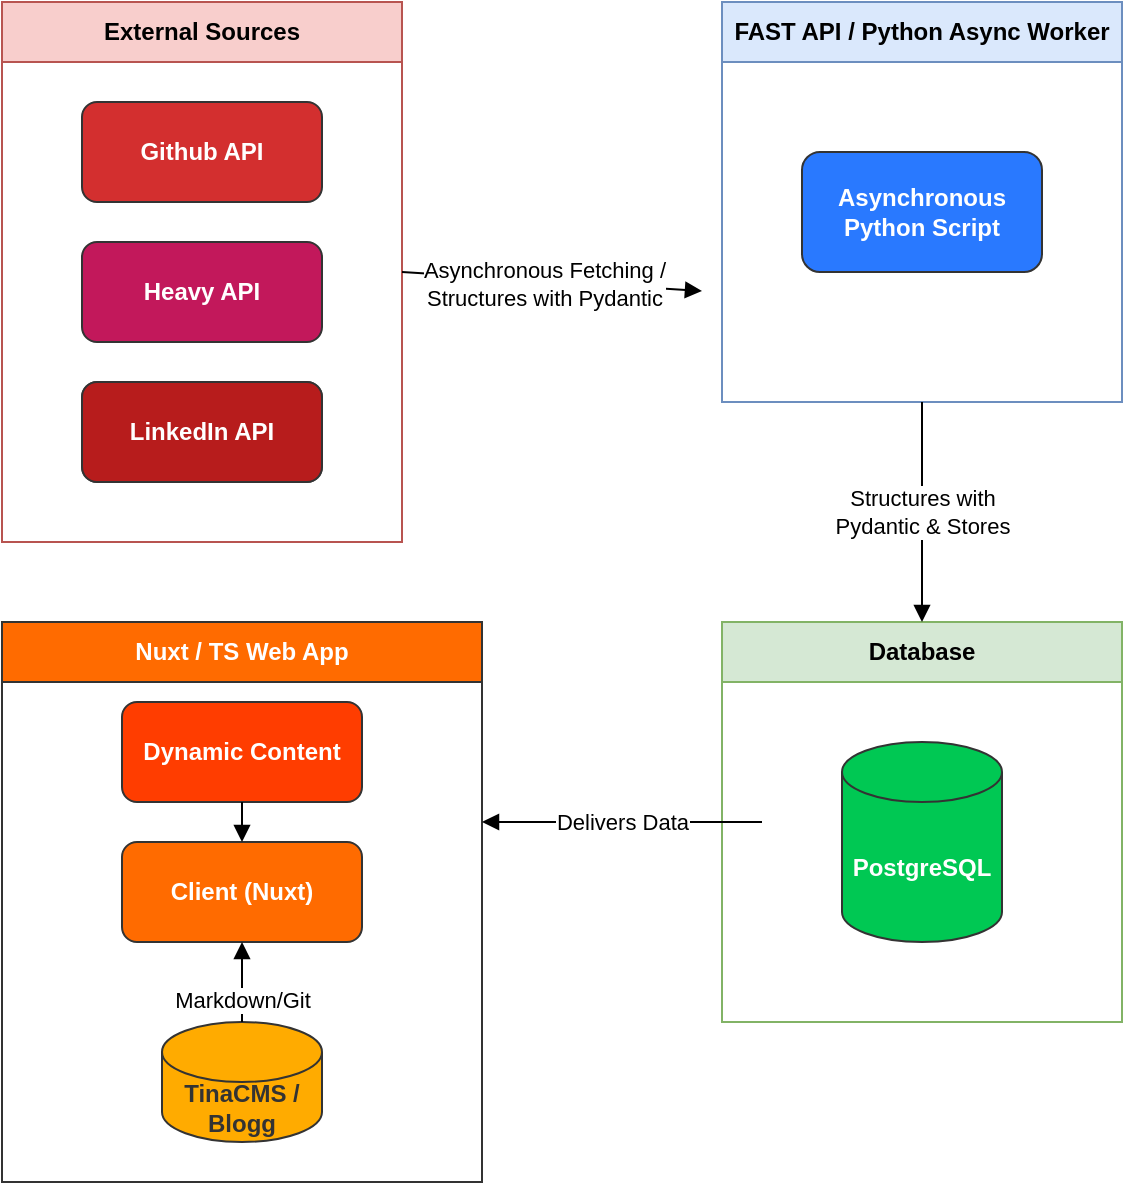
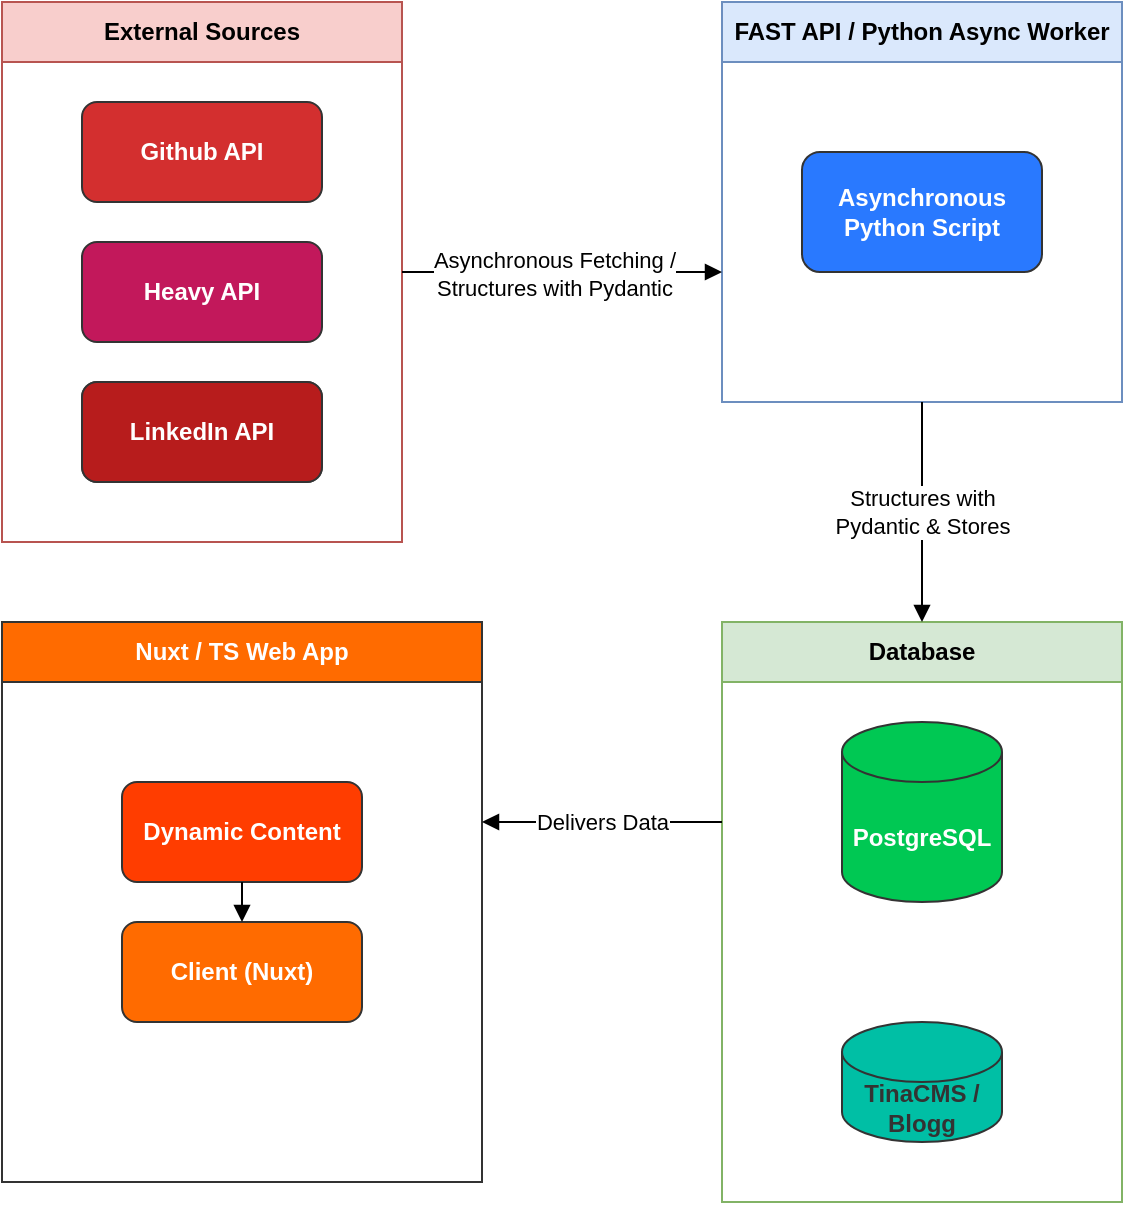
<mxfile host="65bd71144e">
    <diagram id="context-diagram" name="System Context Diagram">
-         <mxGraphModel dx="1369" dy="740" grid="1" gridSize="10" guides="1" tooltips="1" connect="1" arrows="1" fold="1" page="1" pageScale="1" pageWidth="1169" pageHeight="827" math="0" shadow="0">
+         <mxGraphModel dx="803" dy="434" grid="1" gridSize="10" guides="1" tooltips="1" connect="1" arrows="1" fold="1" page="1" pageScale="1" pageWidth="1169" pageHeight="827" math="0" shadow="0">
            <root>
                <mxCell id="0"/>
                <mxCell id="1" parent="0"/>
                <mxCell id="group-ext" value="External Sources" style="swimlane;whiteSpace=wrap;html=1;fillColor=#f8cecc;strokeColor=#b85450;startSize=30;fontStyle=1;" parent="1" vertex="1">
                    <mxGeometry x="40" y="40" width="200" height="270" as="geometry"/>
                </mxCell>
                <mxCell id="node-github" value="Github API" style="rounded=1;whiteSpace=wrap;html=1;fillColor=#D32F2F;fontColor=#ffffff;strokeColor=#333333;fontStyle=1" parent="group-ext" vertex="1">
                    <mxGeometry x="40" y="50" width="120" height="50" as="geometry"/>
                </mxCell>
                <mxCell id="node-heavy" value="Heavy API" style="rounded=1;whiteSpace=wrap;html=1;fillColor=#C2185B;fontColor=#ffffff;strokeColor=#333333;fontStyle=1" parent="group-ext" vertex="1">
                    <mxGeometry x="40" y="120" width="120" height="50" as="geometry"/>
                </mxCell>
                <mxCell id="2" value="LinkedIn API" style="rounded=1;whiteSpace=wrap;html=1;fillColor=#f5f5f5;fontColor=#333333;strokeColor=#666666;" vertex="1" parent="group-ext">
                    <mxGeometry x="40" y="190" width="120" height="50" as="geometry"/>
                </mxCell>
                <mxCell id="node-linkedin" value="LinkedIn API" style="rounded=1;whiteSpace=wrap;html=1;fillColor=#B71C1C;fontColor=#ffffff;strokeColor=#333333;fontStyle=1" vertex="1" parent="group-ext">
                    <mxGeometry x="40" y="190" width="120" height="50" as="geometry"/>
                </mxCell>
                <mxCell id="group-backend" value="FAST API / Python Async Worker" style="swimlane;whiteSpace=wrap;html=1;fillColor=#dae8fc;strokeColor=#6c8ebf;startSize=30;fontStyle=1;" parent="1" vertex="1">
                    <mxGeometry x="400" y="40" width="200" height="200" as="geometry"/>
                </mxCell>
                <mxCell id="node-python" value="Asynchronous&#xa;Python Script" style="rounded=1;whiteSpace=wrap;html=1;fillColor=#2979FF;fontColor=#ffffff;strokeColor=#333333;fontStyle=1" parent="group-backend" vertex="1">
                    <mxGeometry x="40" y="75" width="120" height="60" as="geometry"/>
                </mxCell>
                <mxCell id="edge1" value="" style="endArrow=block;endFill=1;html=1;exitX=1;exitY=0.5;exitDx=0;exitDy=0;" parent="group-backend" source="group-ext" edge="1">
                    <mxGeometry x="0.5" y="10" relative="1" as="geometry">
                        <mxPoint x="-140" y="144.5" as="sourcePoint"/>
-                         <mxPoint x="-10" y="144.5" as="targetPoint"/>
+                         <mxPoint y="135" as="targetPoint"/>
                        <mxPoint as="offset"/>
                    </mxGeometry>
                </mxCell>
                <mxCell id="4" value="&lt;span style=&quot;scrollbar-color: rgb(226, 226, 226) rgb(251, 251, 251); color: rgb(0, 0, 0);&quot;&gt;Asynchronous Fetching /&lt;/span&gt;&lt;br style=&quot;scrollbar-color: rgb(226, 226, 226) rgb(251, 251, 251); color: rgb(63, 63, 63);&quot;&gt;&lt;span style=&quot;scrollbar-color: rgb(226, 226, 226) rgb(251, 251, 251); color: rgb(0, 0, 0);&quot;&gt;Structures with Pydantic&lt;/span&gt;" style="edgeLabel;html=1;align=center;verticalAlign=middle;resizable=0;points=[];" vertex="1" connectable="0" parent="edge1">
                    <mxGeometry x="-0.053" y="-1" relative="1" as="geometry">
                        <mxPoint as="offset"/>
                    </mxGeometry>
                </mxCell>
                <mxCell id="group-db" value="Database" style="swimlane;whiteSpace=wrap;html=1;fillColor=#d5e8d4;strokeColor=#82b366;startSize=30;fontStyle=1;" parent="1" vertex="1">
-                     <mxGeometry x="400" y="350" width="200" height="200" as="geometry"/>
+                     <mxGeometry x="400" y="350" width="200" height="290" as="geometry"/>
                </mxCell>
                <mxCell id="node-postgres" value="PostgreSQL" style="shape=cylinder3;whiteSpace=wrap;html=1;boundedLbl=1;backgroundOutline=1;size=15;fillColor=#00C853;fontColor=#ffffff;strokeColor=#333333;fontStyle=1" parent="group-db" vertex="1">
-                     <mxGeometry x="60" y="60" width="80" height="100" as="geometry"/>
+                     <mxGeometry x="60" y="50" width="80" height="90" as="geometry"/>
+                 </mxCell>
+                 <mxCell id="node-tina" value="TinaCMS / Blogg" style="shape=cylinder3;whiteSpace=wrap;html=1;boundedLbl=1;backgroundOutline=1;size=15;fillColor=#00BFA5;fontColor=#333333;strokeColor=#333333;fontStyle=1" parent="group-db" vertex="1">
+                     <mxGeometry x="60" y="200" width="80" height="60" as="geometry"/>
                </mxCell>
                <mxCell id="group-frontend" value="Nuxt / TS Web App" style="swimlane;whiteSpace=wrap;html=1;fillColor=#FF6B00;strokeColor=#333333;startSize=30;fontStyle=1;fontColor=#ffffff;" parent="1" vertex="1">
                    <mxGeometry x="40" y="350" width="240" height="280" as="geometry"/>
                </mxCell>
                <mxCell id="node-nuxt" value="Client (Nuxt)" style="rounded=1;whiteSpace=wrap;html=1;fillColor=#FF6B00;fontColor=#ffffff;strokeColor=#333333;fontStyle=1" parent="group-frontend" vertex="1">
-                     <mxGeometry x="60" y="110" width="120" height="50" as="geometry"/>
+                     <mxGeometry x="60" y="150" width="120" height="50" as="geometry"/>
                </mxCell>
                <mxCell id="node-dynamic" value="Dynamic Content" style="rounded=1;whiteSpace=wrap;html=1;fillColor=#FF3D00;fontColor=#ffffff;strokeColor=#333333;fontStyle=1" parent="group-frontend" vertex="1">
-                     <mxGeometry x="60" y="40" width="120" height="50" as="geometry"/>
-                 </mxCell>
-                 <mxCell id="node-tina" value="TinaCMS / Blogg" style="shape=cylinder3;whiteSpace=wrap;html=1;boundedLbl=1;backgroundOutline=1;size=15;fillColor=#FFAB00;fontColor=#333333;strokeColor=#333333;fontStyle=1" parent="group-frontend" vertex="1">
-                     <mxGeometry x="80" y="200" width="80" height="60" as="geometry"/>
+                     <mxGeometry x="60" y="80" width="120" height="50" as="geometry"/>
                </mxCell>
                <mxCell id="edge4" value="" style="endArrow=block;endFill=1;html=1;" parent="group-frontend" edge="1">
                    <mxGeometry relative="1" as="geometry">
-                         <mxPoint x="120" y="90" as="sourcePoint"/>
-                         <mxPoint x="120" y="110" as="targetPoint"/>
-                     </mxGeometry>
-                 </mxCell>
-                 <mxCell id="edge5" value="Markdown/Git" style="endArrow=block;endFill=1;html=1;exitX=0.5;exitY=0;exitDx=0;exitDy=0;exitPerimeter=0;entryX=0.5;entryY=1;entryDx=0;entryDy=0;edgeStyle=orthogonalEdgeStyle;curved=0;" parent="group-frontend" source="node-tina" target="node-nuxt" edge="1">
-                     <mxGeometry x="-0.4286" relative="1" as="geometry">
-                         <mxPoint as="offset"/>
-                         <Array as="points"/>
+                         <mxPoint x="120" y="130" as="sourcePoint"/>
+                         <mxPoint x="120" y="150" as="targetPoint"/>
                    </mxGeometry>
                </mxCell>
                <mxCell id="edge2" value="Structures with&#xa;Pydantic &amp; Stores" style="endArrow=block;endFill=1;html=1;exitX=0.5;exitY=1;exitDx=0;exitDy=0;entryX=0.5;entryY=0;entryDx=0;entryDy=0;" parent="1" source="group-backend" target="group-db" edge="1">
                    <mxGeometry relative="1" as="geometry"/>
                </mxCell>
                <mxCell id="edge3" value="Delivers Data" style="endArrow=block;endFill=1;html=1;" parent="1" edge="1">
                    <mxGeometry relative="1" as="geometry">
-                         <mxPoint x="420" y="450" as="sourcePoint"/>
+                         <mxPoint x="400" y="450" as="sourcePoint"/>
                        <mxPoint x="280" y="450" as="targetPoint"/>
                    </mxGeometry>
                </mxCell>
            </root>
        </mxGraphModel>
    </diagram>
</mxfile>